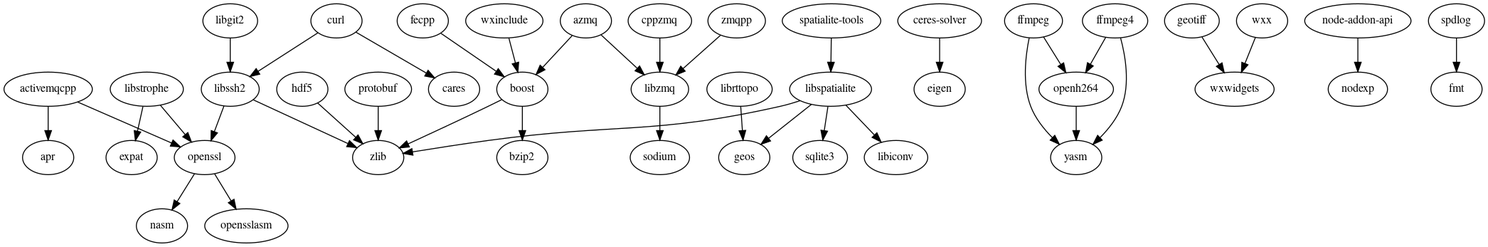
Earlier version of the Graphviz export cmake/deps.png (externpro/externpro). Its source is kept beside it as cmake/deps.dot.
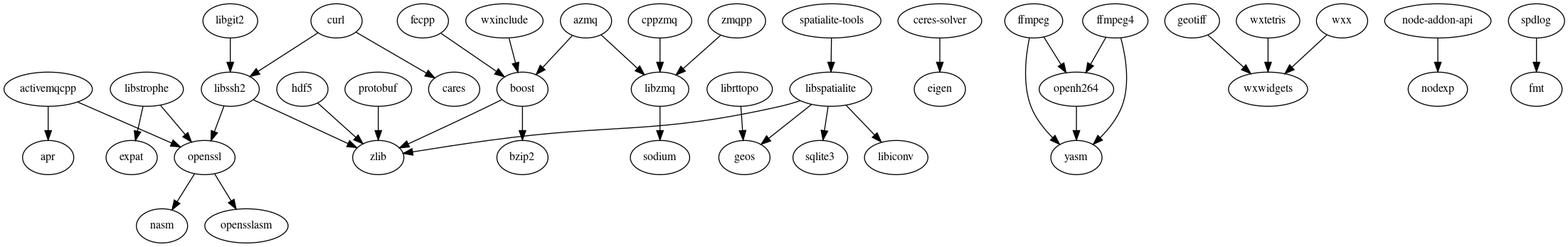
Above is the later version.

Commit message:
pros: wxtetris v1.2.0 from github/smanders

The edit, as a diff of the source:
```diff
@@ -36,6 +36,7 @@
   "spatialite-tools" -> "libspatialite";
   "spdlog" -> "fmt";
   "wxinclude" -> "boost";
+  "wxtetris" -> "wxwidgets";
   "wxx" -> "wxwidgets";
   "zmqpp" -> "libzmq";
 }
```
